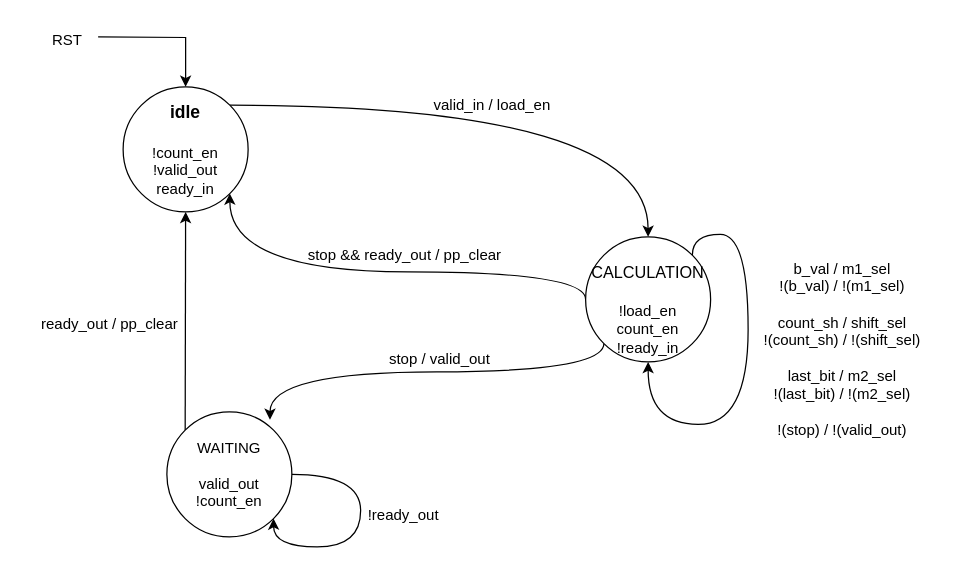
Before: page "controller" (3 of 3) of Moazzam/doc/Seq_multiplier_val_rd.drawio in medsuet/Xcelerium-IC-Design-Training, a draw.io diagram. Source tidied: cells renumbered, new cells numbered last; positions are measured from the earlier drawing's top-left corner, leaving out a move shared by most shapes. Both pictures are drawn from the tidied source at 125%, with x=0, y=0 at pixel (28, 21).
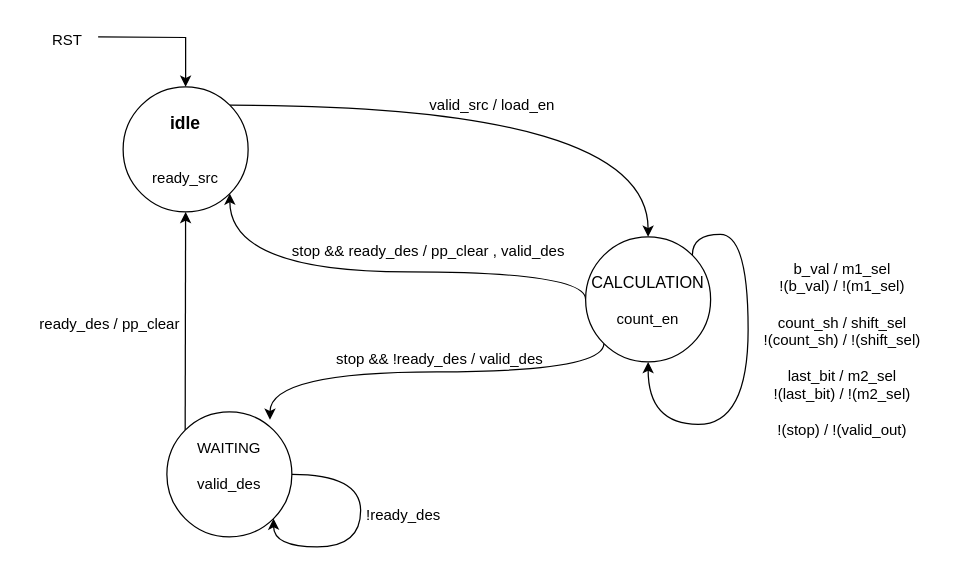
After the change.

Change to the diagram source:
```diff
@@
-    <mxCell id="4" value="&lt;span style=&quot;font-size: 14px;&quot;&gt;&lt;b&gt;idle&lt;/b&gt;&lt;/span&gt;&lt;br&gt;&lt;div&gt;&lt;font style=&quot;font-size: 14px;&quot;&gt;&lt;b&gt;&lt;br&gt;&lt;/b&gt;&lt;/font&gt;&lt;/div&gt;&lt;div style=&quot;&quot;&gt;&lt;font style=&quot;font-size: 12px;&quot;&gt;!count_en&lt;/font&gt;&lt;/div&gt;&lt;div style=&quot;&quot;&gt;&lt;font style=&quot;font-size: 12px;&quot;&gt;!valid_out&lt;/font&gt;&lt;/div&gt;&lt;div style=&quot;&quot;&gt;&lt;font style=&quot;font-size: 12px;&quot;&gt;ready_in&lt;/font&gt;&lt;/div&gt;" style="ellipse;whiteSpace=wrap;html=1;" parent="1" vertex="1">
+    <mxCell id="4" value="&lt;span style=&quot;font-size: 14px;&quot;&gt;&lt;b&gt;idle&lt;/b&gt;&lt;/span&gt;&lt;br&gt;&lt;div&gt;&lt;br&gt;&lt;/div&gt;&lt;div&gt;&lt;br&gt;&lt;/div&gt;&lt;div style=&quot;&quot;&gt;&lt;font style=&quot;font-size: 12px;&quot;&gt;ready_src&lt;/font&gt;&lt;/div&gt;" style="ellipse;whiteSpace=wrap;html=1;" parent="1" vertex="1">
       <mxGeometry x="76" y="52" width="100" height="100" as="geometry" />
     </mxCell>
@@
-    <mxCell id="7" value="&lt;div&gt;&lt;font style=&quot;font-size: 13px;&quot;&gt;&lt;br&gt;&lt;/font&gt;&lt;/div&gt;&lt;font style=&quot;font-size: 13px;&quot;&gt;CALCULATION&lt;/font&gt;&lt;br&gt;&lt;div&gt;&lt;font style=&quot;font-size: 14px;&quot;&gt;&lt;b&gt;&lt;br&gt;&lt;/b&gt;&lt;/font&gt;&lt;/div&gt;&lt;div style=&quot;&quot;&gt;&lt;font style=&quot;font-size: 12px;&quot;&gt;!load_en&lt;/font&gt;&lt;/div&gt;&lt;div style=&quot;&quot;&gt;&lt;font style=&quot;font-size: 12px;&quot;&gt;count_en&lt;br&gt;!ready_in&lt;/font&gt;&lt;/div&gt;" style="ellipse;whiteSpace=wrap;html=1;" parent="1" vertex="1">
+    <mxCell id="7" value="&lt;div&gt;&lt;font style=&quot;font-size: 13px;&quot;&gt;&lt;br&gt;&lt;/font&gt;&lt;/div&gt;&lt;font style=&quot;font-size: 13px;&quot;&gt;CALCULATION&lt;/font&gt;&lt;br&gt;&lt;div&gt;&lt;br&gt;&lt;/div&gt;&lt;div style=&quot;&quot;&gt;&lt;font style=&quot;font-size: 12px;&quot;&gt;count_en&lt;br&gt;&lt;br&gt;&lt;/font&gt;&lt;/div&gt;" style="ellipse;whiteSpace=wrap;html=1;" parent="1" vertex="1">
       <mxGeometry x="446" y="172" width="100" height="100" as="geometry" />
     </mxCell>
@@
-    <mxCell id="9" value="valid_in / load_en" style="text;html=1;align=center;verticalAlign=middle;strokeColor=none;fillColor=none;" parent="1" vertex="1">
+    <mxCell id="9" value="valid_src / load_en" style="text;html=1;align=center;verticalAlign=middle;strokeColor=none;fillColor=none;" parent="1" vertex="1">
       <mxGeometry x="311" y="52" width="120" height="30" as="geometry" />
     </mxCell>
@@
-    <mxCell id="12" value="stop / valid_out" style="text;html=1;align=center;verticalAlign=middle;strokeColor=none;fillColor=none;" parent="1" vertex="1">
-      <mxGeometry x="279" y="255" width="100" height="30" as="geometry" />
+    <mxCell id="12" value="stop &amp;amp;&amp;amp; !ready_des / valid_des" style="text;html=1;align=center;verticalAlign=middle;strokeColor=none;fillColor=none;" parent="1" vertex="1">
+      <mxGeometry x="234" y="255" width="190" height="30" as="geometry" />
     </mxCell>
@@
-    <mxCell id="14" value="&lt;div&gt;WAITING&lt;/div&gt;&lt;div&gt;&lt;br&gt;&lt;/div&gt;valid_out&lt;div&gt;!count_en&lt;/div&gt;" style="ellipse;whiteSpace=wrap;html=1;" parent="1" vertex="1">
+    <mxCell id="14" value="&lt;div&gt;WAITING&lt;/div&gt;&lt;div&gt;&lt;br&gt;&lt;/div&gt;valid_des&lt;div&gt;&lt;br&gt;&lt;/div&gt;" style="ellipse;whiteSpace=wrap;html=1;" parent="1" vertex="1">
       <mxGeometry x="111" y="312" width="100" height="100" as="geometry" />
     </mxCell>
@@
-    <mxCell id="16" value="!ready_out" style="text;html=1;align=center;verticalAlign=middle;strokeColor=none;fillColor=none;" parent="1" vertex="1">
+    <mxCell id="16" value="!ready_des" style="text;html=1;align=center;verticalAlign=middle;strokeColor=none;fillColor=none;" parent="1" vertex="1">
       <mxGeometry x="260" y="380" width="80" height="30" as="geometry" />
     </mxCell>
-    <mxCell id="17" value="stop &amp;amp;&amp;amp; ready_out / pp_clear" style="text;html=1;align=center;verticalAlign=middle;strokeColor=none;fillColor=none;rotation=0;" parent="1" vertex="1">
-      <mxGeometry x="211" y="172" width="180" height="30" as="geometry" />
+    <mxCell id="17" value="stop &amp;amp;&amp;amp; ready_des / pp_clear , valid_des" style="text;html=1;align=center;verticalAlign=middle;strokeColor=none;fillColor=none;rotation=0;" parent="1" vertex="1">
+      <mxGeometry x="200" y="169" width="240" height="30" as="geometry" />
     </mxCell>
-    <mxCell id="18" value="ready_out / pp_clear" style="text;html=1;align=center;verticalAlign=middle;strokeColor=none;fillColor=none;" parent="1" vertex="1">
-      <mxGeometry y="227" width="130" height="30" as="geometry" />
+    <mxCell id="18" value="ready_des / pp_clear" style="text;html=1;align=center;verticalAlign=middle;strokeColor=none;fillColor=none;" parent="1" vertex="1">
+      <mxGeometry x="-5" y="227" width="140" height="30" as="geometry" />
     </mxCell>
```
